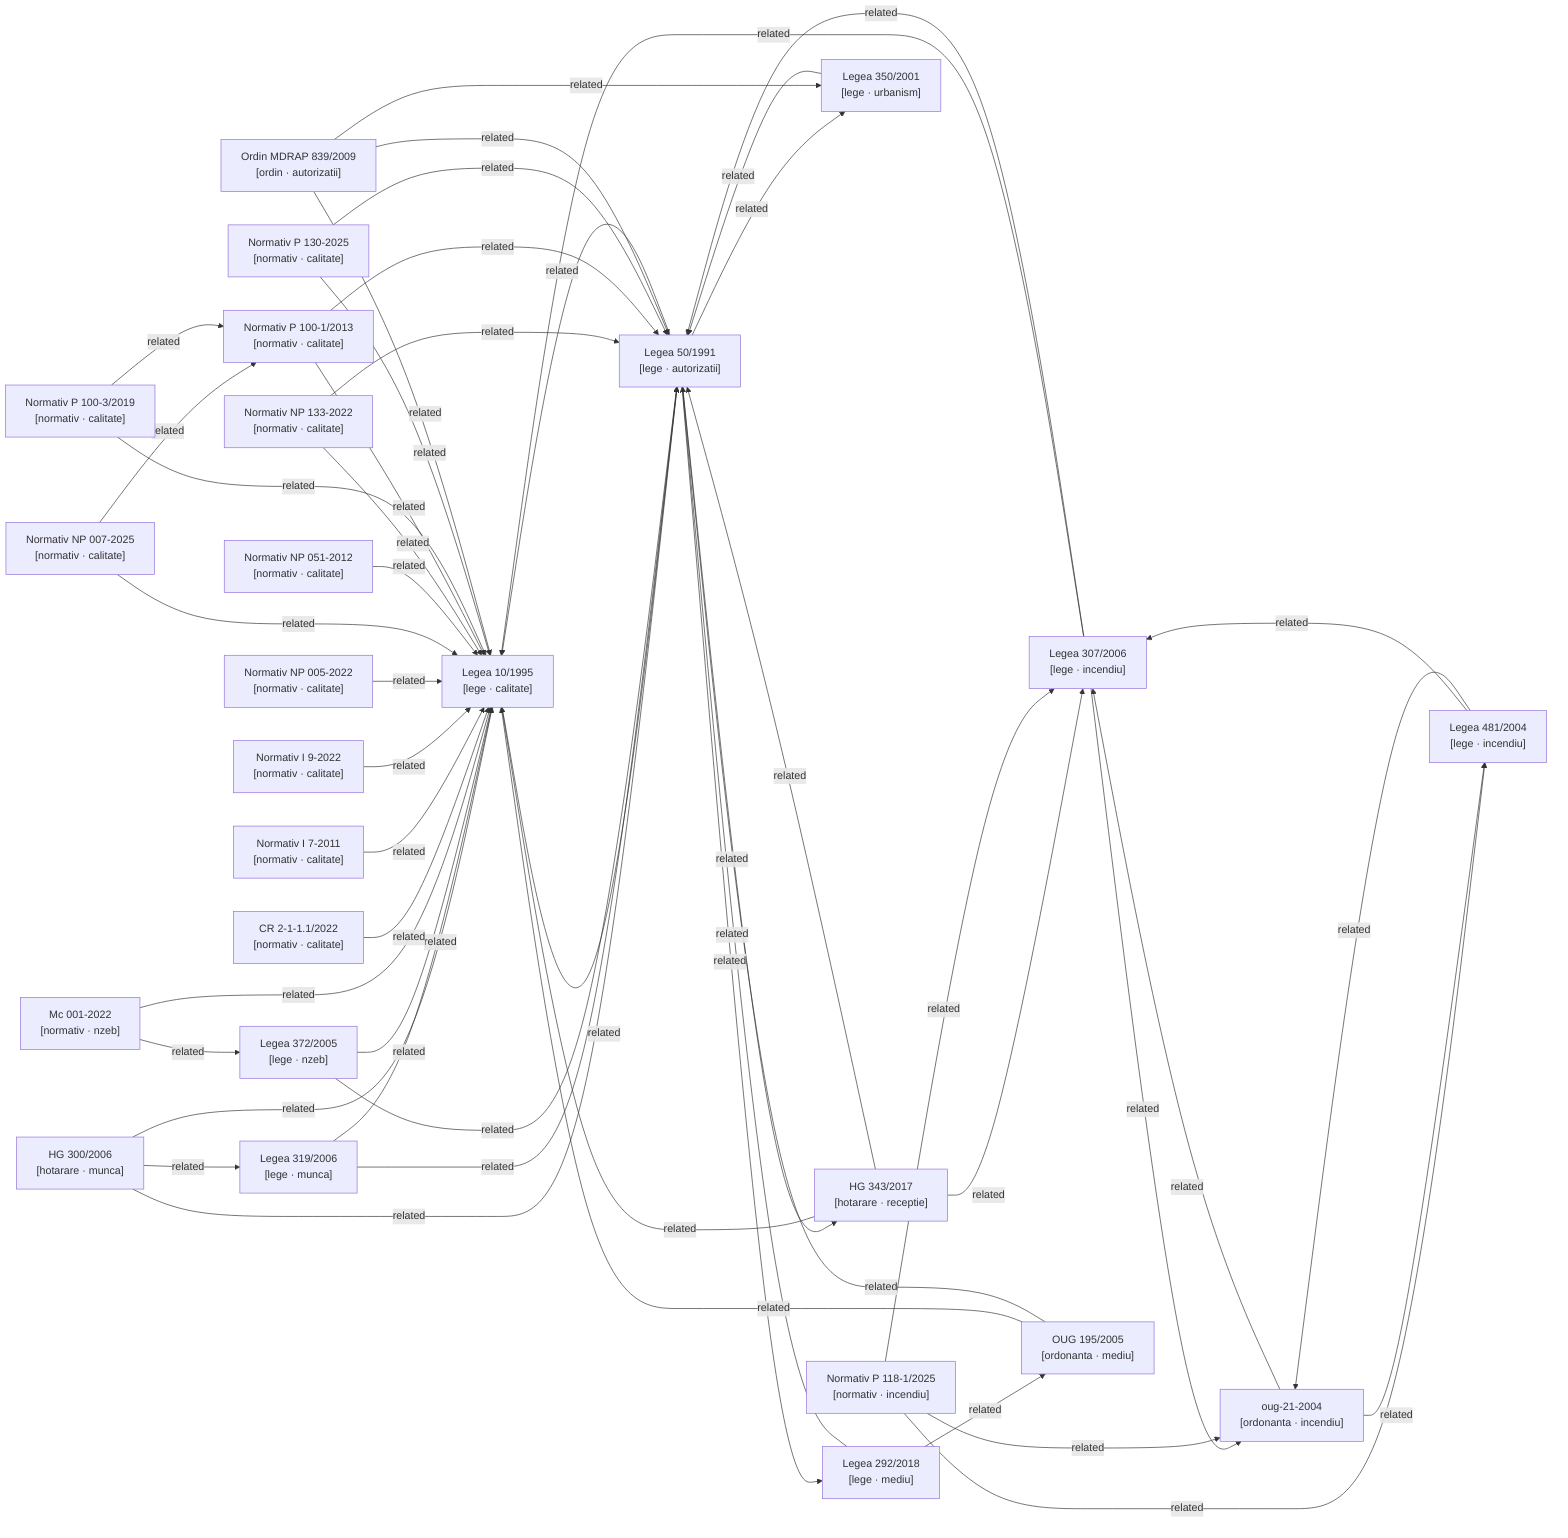
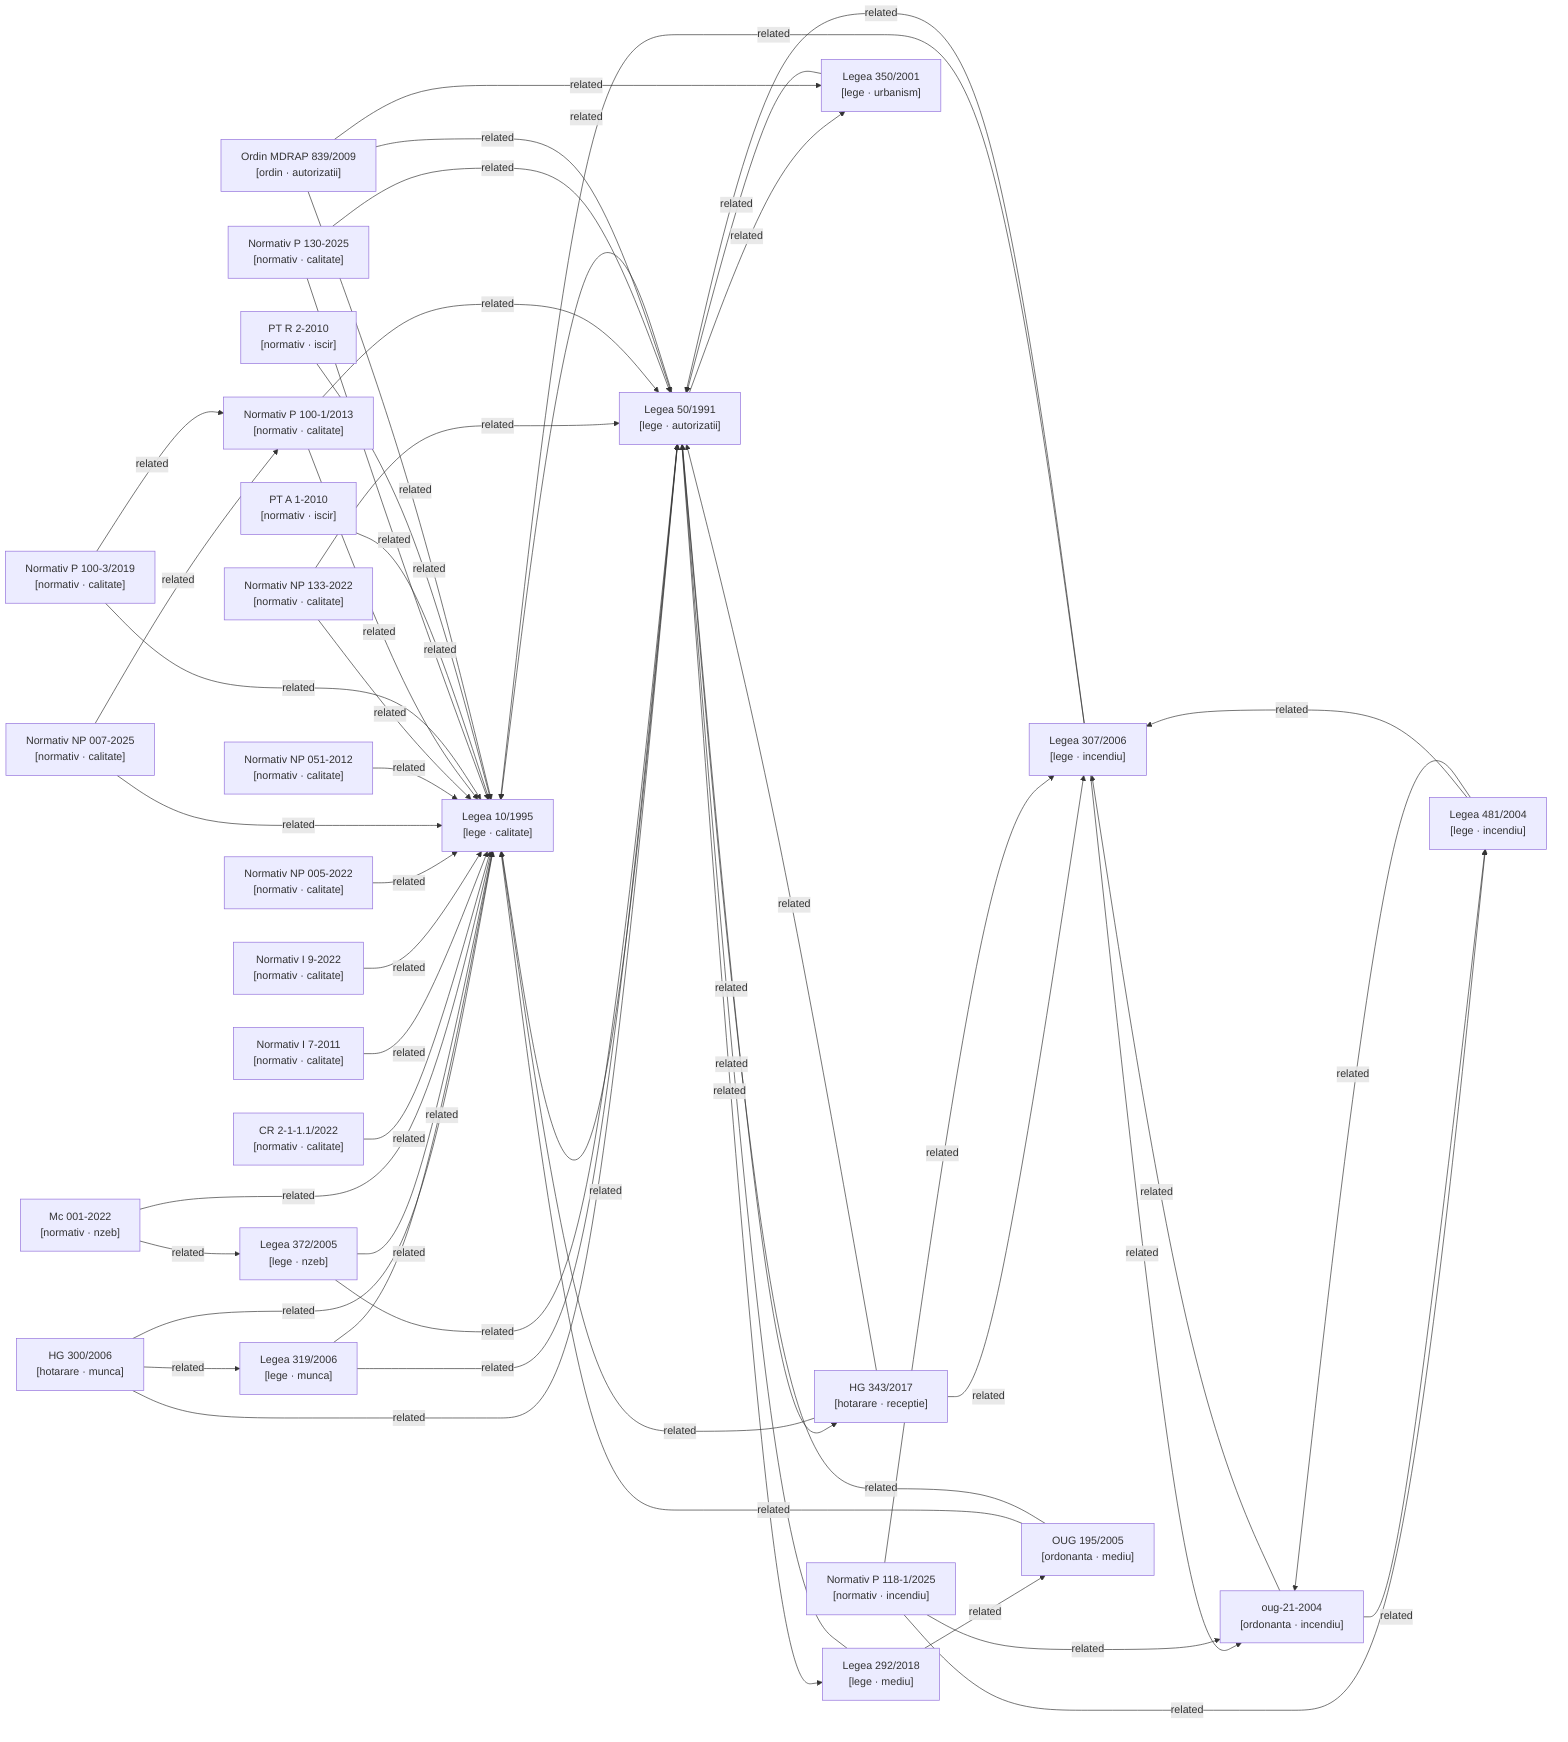
graph LR

  %% Nodes
  hg-300-2006["HG 300/2006\n[hotarare · munca]"]
  hg-343-2017["HG 343/2017\n[hotarare · receptie]"]
  lege-10-1995["Legea 10/1995\n[lege · calitate]"]
  lege-292-2018["Legea 292/2018\n[lege · mediu]"]
  lege-307-2006["Legea 307/2006\n[lege · incendiu]"]
  lege-319-2006["Legea 319/2006\n[lege · munca]"]
  lege-350-2001["Legea 350/2001\n[lege · urbanism]"]
  lege-372-2005["Legea 372/2005\n[lege · nzeb]"]
  lege-481-2004["Legea 481/2004\n[lege · incendiu]"]
  lege-50-1991["Legea 50/1991\n[lege · autorizatii]"]
  metodologie-mc001-2022["Mc 001-2022\n[normativ · nzeb]"]
  normativ-cr2-1-1-1-2022["CR 2-1-1.1/2022\n[normativ · calitate]"]
  normativ-i7-2011["Normativ I 7-2011\n[normativ · calitate]"]
  normativ-i9-2022["Normativ I 9-2022\n[normativ · calitate]"]
  normativ-np005-2022["Normativ NP 005-2022\n[normativ · calitate]"]
  normativ-np007-2025["Normativ NP 007-2025\n[normativ · calitate]"]
  normativ-np051-2012["Normativ NP 051-2012\n[normativ · calitate]"]
  normativ-np133-2022["Normativ NP 133-2022\n[normativ · calitate]"]
  normativ-p100-1-2013["Normativ P 100-1/2013\n[normativ · calitate]"]
  normativ-p100-3-2019["Normativ P 100-3/2019\n[normativ · calitate]"]
  normativ-p118-1-2025["Normativ P 118-1/2025\n[normativ · incendiu]"]
  normativ-p130-2025["Normativ P 130-2025\n[normativ · calitate]"]
+   normativ-pt-a1-2010["PT A 1-2010\n[normativ · iscir]"]
+   normativ-pt-r2-2010["PT R 2-2010\n[normativ · iscir]"]
  ordin-839-2009["Ordin MDRAP 839/2009\n[ordin · autorizatii]"]
  oug-195-2005["OUG 195/2005\n[ordonanta · mediu]"]
  oug-21-2004["oug-21-2004\n[ordonanta · incendiu]"]

  %% Confirmed relationships (from metadata related_acts)
  hg-300-2006 -->|related| lege-10-1995
  hg-300-2006 -->|related| lege-319-2006
  hg-300-2006 -->|related| lege-50-1991
  hg-343-2017 -->|related| lege-10-1995
  hg-343-2017 -->|related| lege-307-2006
  hg-343-2017 -->|related| lege-50-1991
  lege-10-1995 -->|related| lege-50-1991
  lege-292-2018 -->|related| lege-50-1991
  lege-292-2018 -->|related| oug-195-2005
  lege-307-2006 -->|related| lege-10-1995
  lege-307-2006 -->|related| lege-50-1991
  lege-307-2006 -->|related| oug-21-2004
  lege-319-2006 -->|related| lege-10-1995
  lege-319-2006 -->|related| lege-50-1991
  lege-350-2001 -->|related| lege-50-1991
  lege-372-2005 -->|related| lege-10-1995
  lege-372-2005 -->|related| lege-50-1991
  lege-481-2004 -->|related| lege-307-2006
  lege-481-2004 -->|related| oug-21-2004
  lege-50-1991 -->|related| hg-343-2017
  lege-50-1991 -->|related| lege-10-1995
  lege-50-1991 -->|related| lege-292-2018
  lege-50-1991 -->|related| lege-350-2001
  metodologie-mc001-2022 -->|related| lege-10-1995
  metodologie-mc001-2022 -->|related| lege-372-2005
  normativ-cr2-1-1-1-2022 -->|related| lege-10-1995
  normativ-i7-2011 -->|related| lege-10-1995
  normativ-i9-2022 -->|related| lege-10-1995
  normativ-np005-2022 -->|related| lege-10-1995
  normativ-np007-2025 -->|related| lege-10-1995
  normativ-np007-2025 -->|related| normativ-p100-1-2013
  normativ-np051-2012 -->|related| lege-10-1995
  normativ-np133-2022 -->|related| lege-10-1995
  normativ-np133-2022 -->|related| lege-50-1991
  normativ-p100-1-2013 -->|related| lege-10-1995
  normativ-p100-1-2013 -->|related| lege-50-1991
  normativ-p100-3-2019 -->|related| lege-10-1995
  normativ-p100-3-2019 -->|related| normativ-p100-1-2013
  normativ-p118-1-2025 -->|related| lege-307-2006
  normativ-p118-1-2025 -->|related| lege-481-2004
  normativ-p118-1-2025 -->|related| oug-21-2004
  normativ-p130-2025 -->|related| lege-10-1995
  normativ-p130-2025 -->|related| lege-50-1991
+   normativ-pt-a1-2010 -->|related| lege-10-1995
+   normativ-pt-r2-2010 -->|related| lege-10-1995
  ordin-839-2009 -->|related| lege-10-1995
  ordin-839-2009 -->|related| lege-350-2001
  ordin-839-2009 -->|related| lege-50-1991
  oug-195-2005 -->|related| lege-10-1995
  oug-195-2005 -->|related| lege-50-1991
  oug-21-2004 -->|related| lege-307-2006
  oug-21-2004 -->|related| lege-481-2004

  %% Auto-detected relationships (needs_review)
